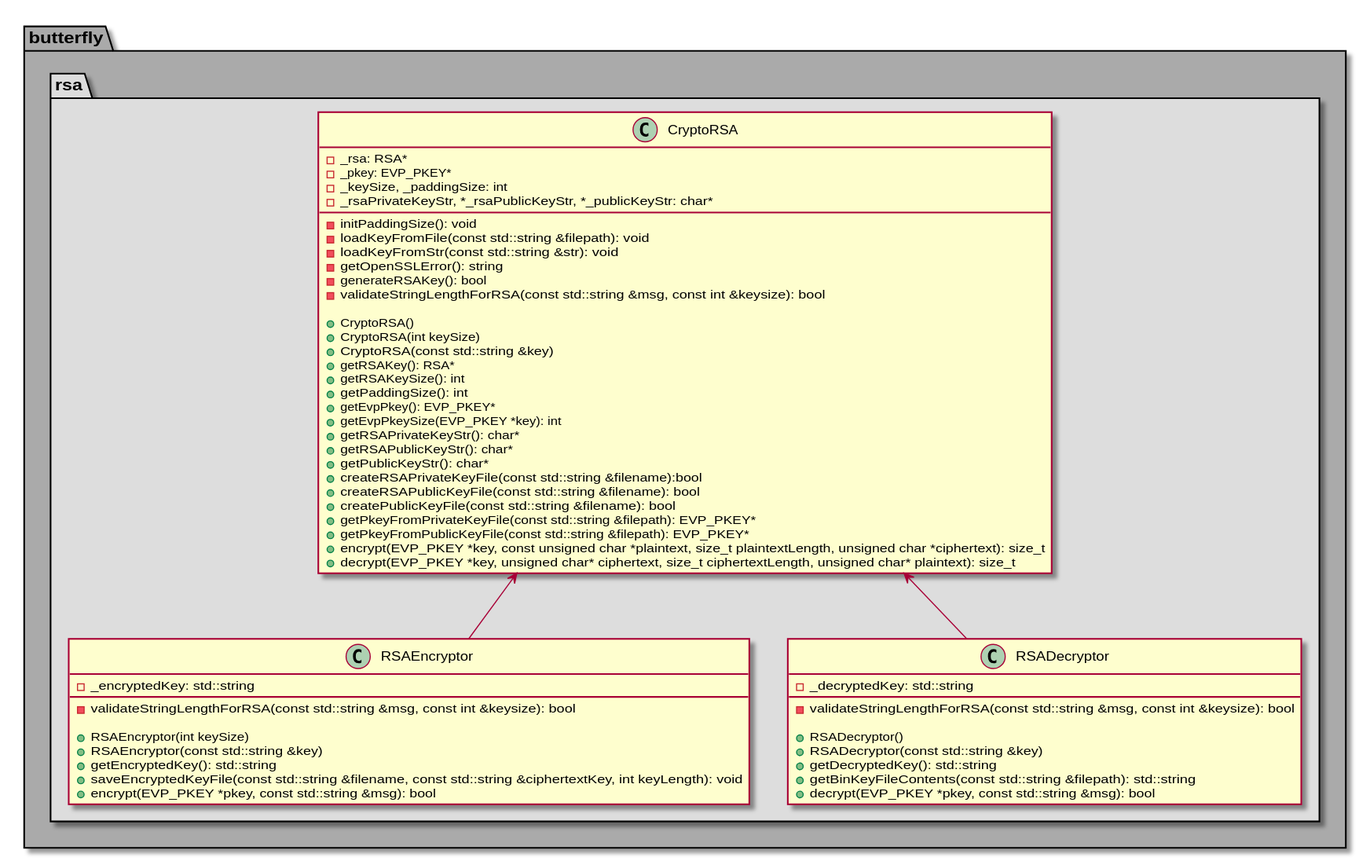
bierschi/butterfly keeps this PlantUML diagram as architecture/class_diagrams/crypto/rsa.svg. Above is the earlier version.
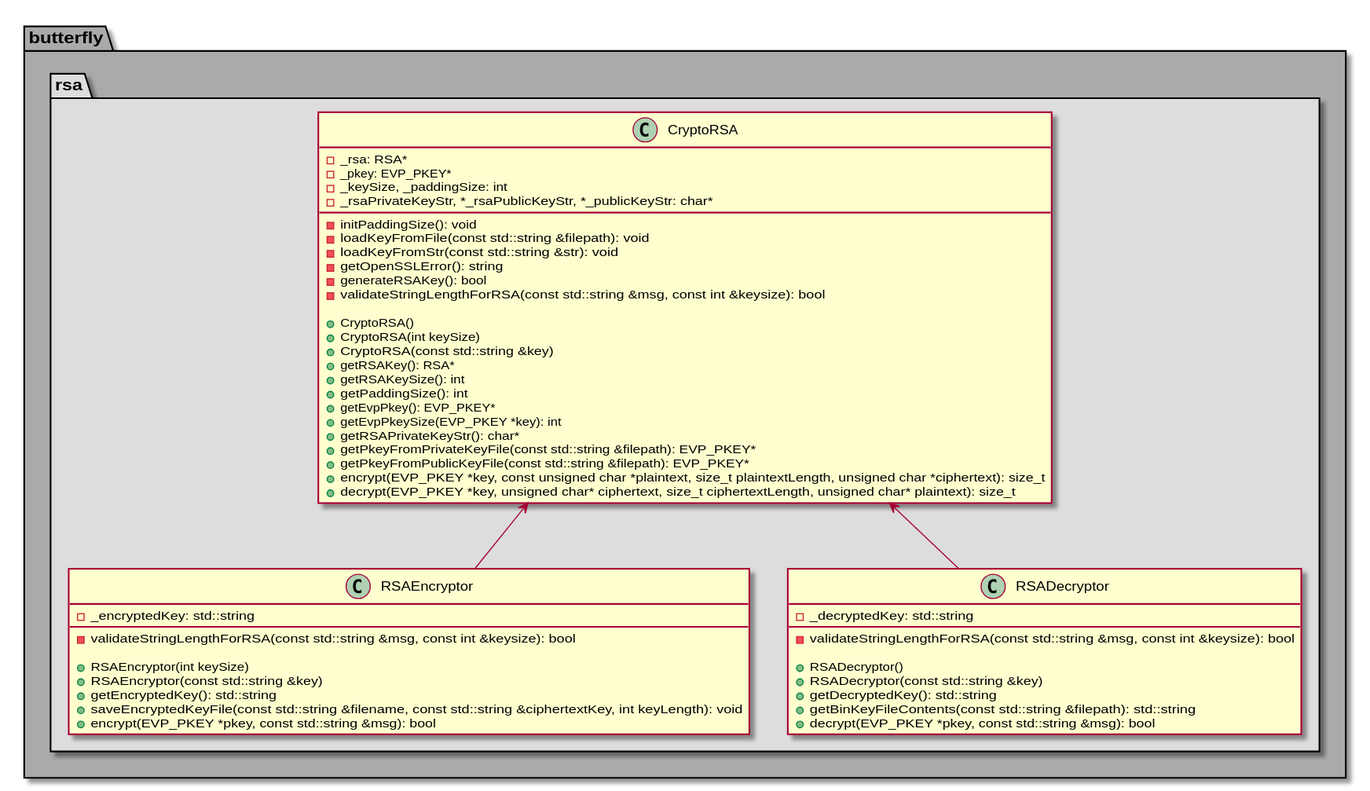
The same file after the commit.

Commit message:
Updated the architecture section

The edit, as a diff of the source:
```diff
@@ -28,11 +28,6 @@
     +getEvpPkey(): EVP_PKEY*
     +getEvpPkeySize(EVP_PKEY *key): int
     +getRSAPrivateKeyStr(): char*
-    +getRSAPublicKeyStr(): char*
-    +getPublicKeyStr(): char*
-    +createRSAPrivateKeyFile(const std::string &filename):bool
-    +createRSAPublicKeyFile(const std::string &filename): bool
-    +createPublicKeyFile(const std::string &filename): bool
     +getPkeyFromPrivateKeyFile(const std::string &filepath): EVP_PKEY*
     +getPkeyFromPublicKeyFile(const std::string &filepath): EVP_PKEY*
     +encrypt(EVP_PKEY *key, const unsigned char *plaintext, size_t plaintextLength, unsigned char *ciphertext): size_t
```
